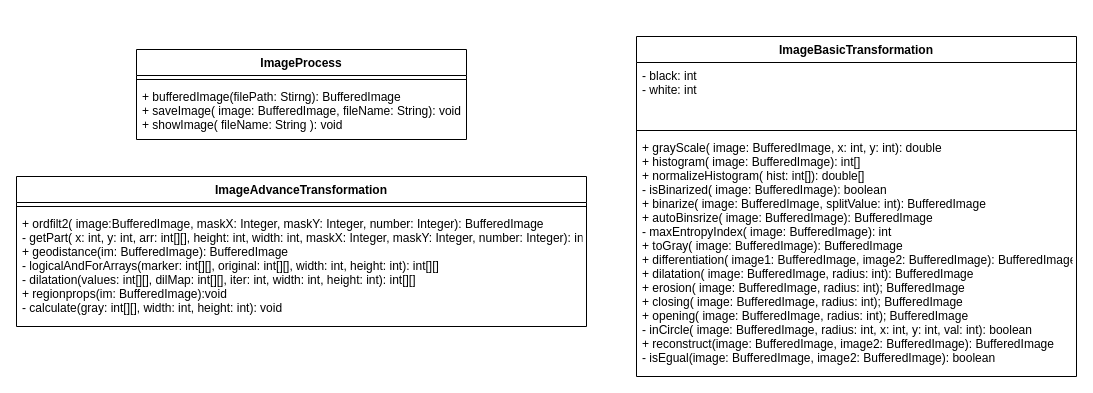
This is DiagramUML.drawio from LukaszKk/ImageProcessing, a draw.io file, before an edit. Source tidied: cells renumbered, new cells numbered last; positions are measured from the earlier drawing's top-left corner, leaving out a move shared by most shapes. Both pictures are drawn from the tidied source at 100%, with x=0, y=0 at pixel (16, 36).
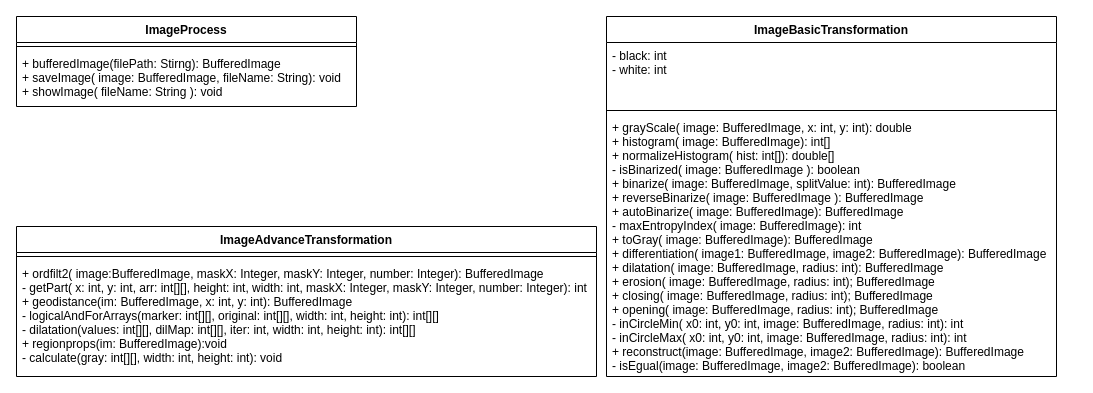
The same diagram, later.

The edit, as a diff of the source:
```diff
@@
 <mxGraphModel>
   <root>
     <mxCell id="0" />
     <mxCell id="1" parent="0" />
     <mxCell id="2" value="ImageBasicTransformation" style="swimlane;fontStyle=1;align=center;verticalAlign=top;horizontal=1;startSize=26;" parent="1" vertex="1">
-      <mxGeometry x="620" width="440" height="340" as="geometry" />
+      <mxGeometry x="590" y="-20" width="450" height="360" as="geometry" />
     </mxCell>
     <mxCell id="3" value="- black: int&#10;- white: int&#10;" style="text;strokeColor=none;fillColor=none;align=left;verticalAlign=top;spacingLeft=4;spacingRight=4;overflow=hidden;" parent="2" vertex="1">
-      <mxGeometry y="26" width="440" height="64" as="geometry" />
+      <mxGeometry y="26" width="450" height="64" as="geometry" />
     </mxCell>
     <mxCell id="4" style="line;strokeWidth=1;fillColor=none;align=left;verticalAlign=middle;spacingTop=-1;spacingLeft=3;spacingRight=3;labelPosition=right;" parent="2" vertex="1">
-      <mxGeometry y="90" width="440" height="8" as="geometry" />
+      <mxGeometry y="90" width="450" height="8" as="geometry" />
     </mxCell>
-    <mxCell id="5" value="+ grayScale( image: BufferedImage, x: int, y: int): double&#10;+ histogram( image: BufferedImage): int[]&#10;+ normalizeHistogram( hist: int[]): double[]&#10;- isBinarized( image: BufferedImage): boolean&#10;+ binarize( image: BufferedImage, splitValue: int): BufferedImage&#10;+ autoBinsrize( image: BufferedImage): BufferedImage&#10;- maxEntropyIndex( image: BufferedImage): int&#10;+ toGray( image: BufferedImage): BufferedImage&#10;+ differentiation( image1: BufferedImage, image2: BufferedImage): BufferedImage&#10;+ dilatation( image: BufferedImage, radius: int): BufferedImage&#10;+ erosion( image: BufferedImage, radius: int); BufferedImage&#10;+ closing( image: BufferedImage, radius: int); BufferedImage&#10;+ opening( image: BufferedImage, radius: int); BufferedImage&#10;- inCircle( image: BufferedImage, radius: int, x: int, y: int, val: int): boolean&#10;+ reconstruct(image: BufferedImage, image2: BufferedImage): BufferedImage&#10;- isEgual(image: BufferedImage, image2: BufferedImage): boolean&#10;&#10;" style="text;strokeColor=none;fillColor=none;align=left;verticalAlign=top;spacingLeft=4;spacingRight=4;overflow=hidden;" parent="2" vertex="1">
-      <mxGeometry y="98" width="440" height="242" as="geometry" />
+    <mxCell id="5" value="+ grayScale( image: BufferedImage, x: int, y: int): double&#10;+ histogram( image: BufferedImage): int[]&#10;+ normalizeHistogram( hist: int[]): double[]&#10;- isBinarized( image: BufferedImage ): boolean&#10;+ binarize( image: BufferedImage, splitValue: int): BufferedImage&#10;+ reverseBinarize( image: BufferedImage ): BufferedImage&#10;+ autoBinarize( image: BufferedImage): BufferedImage&#10;- maxEntropyIndex( image: BufferedImage): int&#10;+ toGray( image: BufferedImage): BufferedImage&#10;+ differentiation( image1: BufferedImage, image2: BufferedImage): BufferedImage&#10;+ dilatation( image: BufferedImage, radius: int): BufferedImage&#10;+ erosion( image: BufferedImage, radius: int); BufferedImage&#10;+ closing( image: BufferedImage, radius: int); BufferedImage&#10;+ opening( image: BufferedImage, radius: int); BufferedImage&#10;- inCircleMin( x0: int, y0: int, image: BufferedImage, radius: int): int&#10;- inCircleMax( x0: int, y0: int, image: BufferedImage, radius: int): int&#10;+ reconstruct(image: BufferedImage, image2: BufferedImage): BufferedImage&#10;- isEgual(image: BufferedImage, image2: BufferedImage): boolean&#10;&#10;" style="text;strokeColor=none;fillColor=none;align=left;verticalAlign=top;spacingLeft=4;spacingRight=4;overflow=hidden;" parent="2" vertex="1">
+      <mxGeometry y="98" width="450" height="262" as="geometry" />
     </mxCell>
     <mxCell id="6" value="ImageProcess" style="swimlane;fontStyle=1;align=center;verticalAlign=top;horizontal=1;startSize=26;" parent="1" vertex="1">
-      <mxGeometry x="120" y="13" width="330" height="90" as="geometry" />
+      <mxGeometry y="-20" width="340" height="90" as="geometry" />
     </mxCell>
     <mxCell id="7" style="line;strokeWidth=1;fillColor=none;align=left;verticalAlign=middle;spacingTop=-1;spacingLeft=3;spacingRight=3;labelPosition=right;" parent="6" vertex="1">
-      <mxGeometry y="26" width="330" height="8" as="geometry" />
+      <mxGeometry y="26" width="340" height="8" as="geometry" />
     </mxCell>
     <mxCell id="8" value="+ bufferedImage(filePath: Stirng): BufferedImage&#10;+ saveImage( image: BufferedImage, fileName: String): void&#10;+ showImage( fileName: String ): void&#10;&#10;" style="text;strokeColor=none;fillColor=none;align=left;verticalAlign=top;spacingLeft=4;spacingRight=4;overflow=hidden;" parent="6" vertex="1">
-      <mxGeometry y="34" width="330" height="56" as="geometry" />
+      <mxGeometry y="34" width="340" height="56" as="geometry" />
     </mxCell>
     <mxCell id="9" value="ImageAdvanceTransformation" style="swimlane;fontStyle=1;align=center;verticalAlign=top;horizontal=1;startSize=26;" parent="1" vertex="1">
-      <mxGeometry y="140" width="570" height="150" as="geometry" />
+      <mxGeometry y="190" width="580" height="150" as="geometry" />
     </mxCell>
     <mxCell id="10" style="line;strokeWidth=1;fillColor=none;align=left;verticalAlign=middle;spacingTop=-1;spacingLeft=3;spacingRight=3;labelPosition=right;" parent="9" vertex="1">
-      <mxGeometry y="26" width="570" height="8" as="geometry" />
+      <mxGeometry y="26" width="580" height="8" as="geometry" />
     </mxCell>
-    <mxCell id="11" value="+ ordfilt2( image:BufferedImage, maskX: Integer, maskY: Integer, number: Integer): BufferedImage&#10;- getPart( x: int, y: int, arr: int[][], height: int, width: int, maskX: Integer, maskY: Integer, number: Integer): int&#10;+ geodistance(im: BufferedImage): BufferedImage&#10;- logicalAndForArrays(marker: int[][], original: int[][], width: int, height: int): int[][]&#10;- dilatation(values: int[][], dilMap: int[][], iter: int, width: int, height: int): int[][]&#10;+ regionprops(im: BufferedImage):void&#10;- calculate(gray: int[][], width: int, height: int): void&#10;&#10;&#10;&#10;&#10;" style="text;strokeColor=none;fillColor=none;align=left;verticalAlign=top;spacingLeft=4;spacingRight=4;overflow=hidden;" parent="9" vertex="1">
-      <mxGeometry y="34" width="570" height="116" as="geometry" />
+    <mxCell id="11" value="+ ordfilt2( image:BufferedImage, maskX: Integer, maskY: Integer, number: Integer): BufferedImage&#10;- getPart( x: int, y: int, arr: int[][], height: int, width: int, maskX: Integer, maskY: Integer, number: Integer): int&#10;+ geodistance(im: BufferedImage, x: int, y: int): BufferedImage&#10;- logicalAndForArrays(marker: int[][], original: int[][], width: int, height: int): int[][]&#10;- dilatation(values: int[][], dilMap: int[][], iter: int, width: int, height: int): int[][]&#10;+ regionprops(im: BufferedImage):void&#10;- calculate(gray: int[][], width: int, height: int): void&#10;&#10;&#10;&#10;&#10;" style="text;strokeColor=none;fillColor=none;align=left;verticalAlign=top;spacingLeft=4;spacingRight=4;overflow=hidden;" parent="9" vertex="1">
+      <mxGeometry y="34" width="580" height="116" as="geometry" />
     </mxCell>
   </root>
 </mxGraphModel>
```
